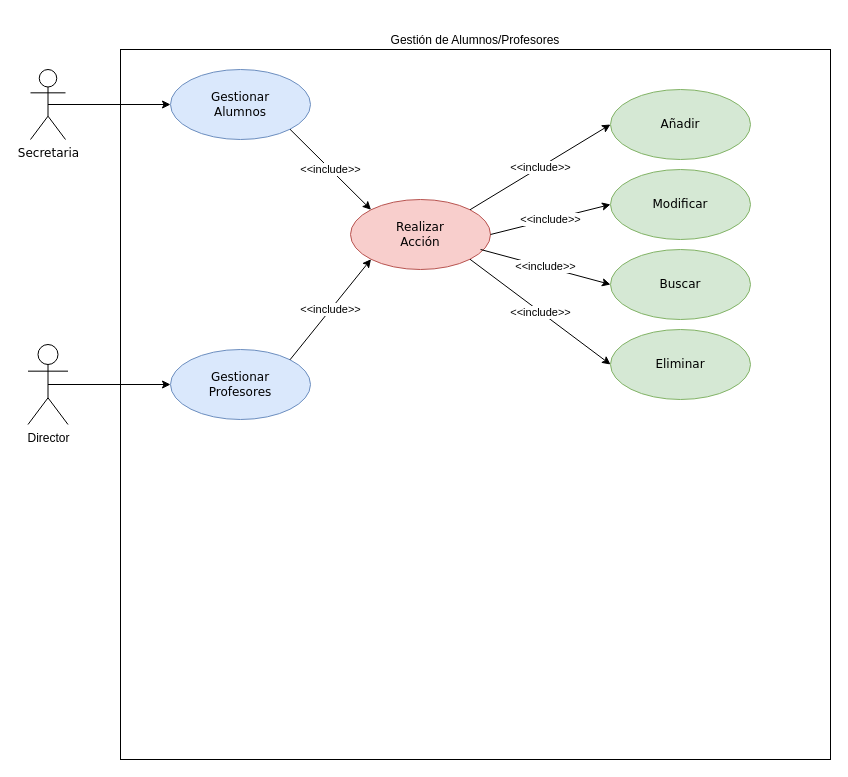
This is Untitled Diagram.drawio from vmcabreu/calculoarea, a draw.io file, before an edit. Source tidied: cells renumbered, new cells numbered last; positions are measured from the earlier drawing's top-left corner, leaving out a move shared by most shapes. Both pictures are drawn from the tidied source at 100%, with x=0, y=0 at pixel (28, 49).
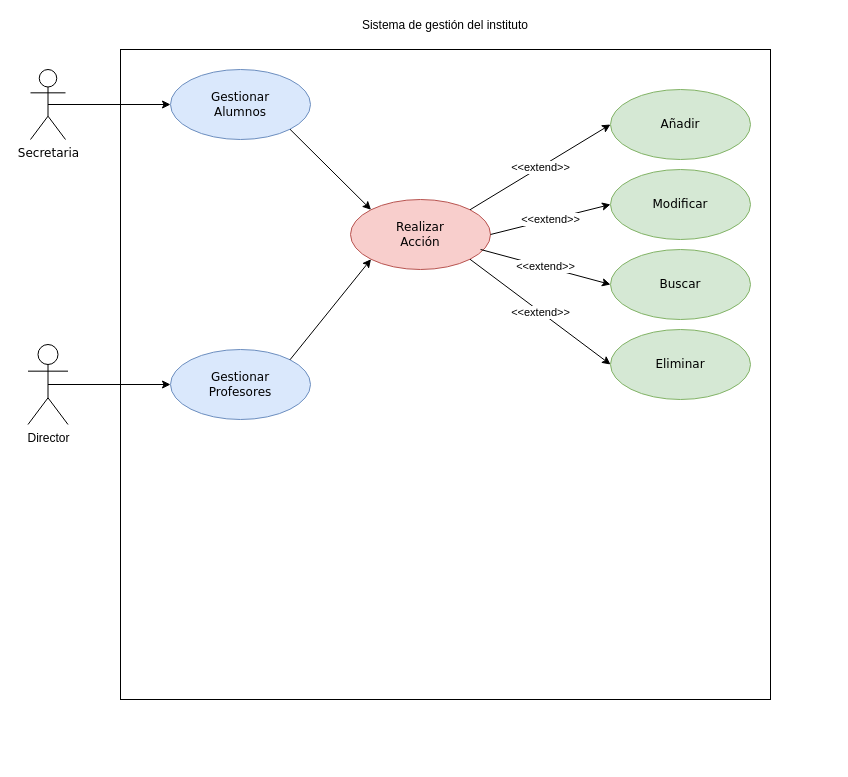
The same page after the edit.

What changed in the source:
```diff
@@
 <mxGraphModel>
   <root>
     <mxCell id="0" />
     <mxCell id="1" parent="0" />
-    <mxCell id="2" value="Gestión de Alumnos/Profesores" style="whiteSpace=wrap;html=1;fillColor=none;labelPosition=center;verticalLabelPosition=top;align=center;verticalAlign=bottom;" parent="1" vertex="1">
-      <mxGeometry x="92" width="710" height="710" as="geometry" />
+    <mxCell id="2" value="&lt;div&gt;Sistema de gestión del instituto&lt;/div&gt;&lt;div&gt;&lt;br&gt;&lt;/div&gt;" style="whiteSpace=wrap;html=1;fillColor=none;labelPosition=center;verticalLabelPosition=top;align=center;verticalAlign=bottom;" parent="1" vertex="1">
+      <mxGeometry x="92" width="650" height="650" as="geometry" />
     </mxCell>
     <mxCell id="3" value="&lt;div&gt;Añadir&lt;/div&gt;" style="ellipse;whiteSpace=wrap;html=1;fontFamily=Verdana;fillColor=#d5e8d4;strokeColor=#82b366;" parent="1" vertex="1">
       <mxGeometry x="582" y="40" width="140" height="70" as="geometry" />
     </mxCell>
     <mxCell id="4" value="Secretaria" style="shape=umlActor;verticalLabelPosition=bottom;verticalAlign=top;html=1;outlineConnect=0;fontFamily=Verdana;fillColor=none;" parent="1" vertex="1">
       <mxGeometry x="2" y="20" width="35" height="70" as="geometry" />
     </mxCell>
     <mxCell id="5" value="&lt;div&gt;Modificar&lt;/div&gt;" style="ellipse;whiteSpace=wrap;html=1;fontFamily=Verdana;fillColor=#d5e8d4;strokeColor=#82b366;" parent="1" vertex="1">
       <mxGeometry x="582" y="120" width="140" height="70" as="geometry" />
     </mxCell>
     <mxCell id="6" value="Buscar" style="ellipse;whiteSpace=wrap;html=1;fontFamily=Verdana;fillColor=#d5e8d4;strokeColor=#82b366;" parent="1" vertex="1">
       <mxGeometry x="582" y="200" width="140" height="70" as="geometry" />
     </mxCell>
     <mxCell id="7" value="&lt;div&gt;Eliminar&lt;/div&gt;" style="ellipse;whiteSpace=wrap;html=1;fontFamily=Verdana;fillColor=#d5e8d4;strokeColor=#82b366;" parent="1" vertex="1">
       <mxGeometry x="582" y="280" width="140" height="70" as="geometry" />
     </mxCell>
     <mxCell id="8" value="&lt;div&gt;Director&lt;/div&gt;" style="shape=umlActor;verticalLabelPosition=bottom;verticalAlign=top;html=1;outlineConnect=0;fontFamily=Helvetica;fillColor=none;" parent="1" vertex="1">
       <mxGeometry x="-0.5" y="295" width="40" height="80" as="geometry" />
     </mxCell>
     <mxCell id="9" value="&lt;div&gt;Gestionar&lt;/div&gt;&lt;div&gt;Alumnos&lt;/div&gt;" style="ellipse;whiteSpace=wrap;html=1;fontFamily=Verdana;fillColor=#dae8fc;strokeColor=#6c8ebf;" parent="1" vertex="1">
       <mxGeometry x="142" y="20" width="140" height="70" as="geometry" />
     </mxCell>
     <mxCell id="10" value="&lt;div&gt;Gestionar&lt;/div&gt;&lt;div&gt;Profesores&lt;/div&gt;" style="ellipse;whiteSpace=wrap;html=1;fontFamily=Verdana;fillColor=#dae8fc;strokeColor=#6c8ebf;" parent="1" vertex="1">
       <mxGeometry x="142" y="300" width="140" height="70" as="geometry" />
     </mxCell>
     <mxCell id="11" value="&lt;div&gt;Realizar &lt;br&gt;&lt;/div&gt;&lt;div&gt;Acción&lt;/div&gt;" style="ellipse;whiteSpace=wrap;html=1;fontFamily=Verdana;fillColor=#f8cecc;strokeColor=#b85450;" parent="1" vertex="1">
       <mxGeometry x="322" y="150" width="140" height="70" as="geometry" />
     </mxCell>
     <mxCell id="12" style="endArrow=classic;html=1;rounded=0;fontFamily=Helvetica;exitX=0.5;exitY=0.5;exitDx=0;exitDy=0;exitPerimeter=0;entryX=0;entryY=0.5;entryDx=0;entryDy=0;" parent="1" edge="1" source="8" target="10">
       <mxGeometry relative="1" as="geometry" />
     </mxCell>
     <mxCell id="13" style="endArrow=classic;html=1;rounded=0;fontFamily=Helvetica;exitX=0.5;exitY=0.5;exitDx=0;exitDy=0;exitPerimeter=0;" parent="1" edge="1" source="4" target="9">
       <mxGeometry relative="1" as="geometry" />
     </mxCell>
-    <mxCell id="14" value="&amp;lt;&amp;lt;include&amp;gt;&amp;gt;" style="endArrow=classic;html=1;rounded=0;fontFamily=Helvetica;exitX=1;exitY=0;exitDx=0;exitDy=0;entryX=0;entryY=1;entryDx=0;entryDy=0;" parent="1" edge="1" source="10" target="11">
+    <mxCell id="14" style="endArrow=classic;html=1;rounded=0;fontFamily=Helvetica;exitX=1;exitY=0;exitDx=0;exitDy=0;entryX=0;entryY=1;entryDx=0;entryDy=0;" parent="1" edge="1" source="10" target="11">
       <mxGeometry relative="1" as="geometry" />
     </mxCell>
-    <mxCell id="15" value="&amp;lt;&amp;lt;include&amp;gt;&amp;gt;" style="endArrow=classic;html=1;rounded=0;fontFamily=Helvetica;exitX=1;exitY=1;exitDx=0;exitDy=0;entryX=0;entryY=0;entryDx=0;entryDy=0;" parent="1" edge="1" source="9" target="11">
+    <mxCell id="15" style="endArrow=classic;html=1;rounded=0;fontFamily=Helvetica;exitX=1;exitY=1;exitDx=0;exitDy=0;entryX=0;entryY=0;entryDx=0;entryDy=0;" parent="1" edge="1" source="9" target="11">
       <mxGeometry relative="1" as="geometry" />
     </mxCell>
-    <mxCell id="16" value="&amp;lt;&amp;lt;include&amp;gt;&amp;gt;" style="endArrow=classic;html=1;rounded=0;fontFamily=Helvetica;exitX=1;exitY=0;exitDx=0;exitDy=0;entryX=0;entryY=0.5;entryDx=0;entryDy=0;" parent="1" edge="1" source="11" target="3">
+    <mxCell id="16" value="&amp;lt;&amp;lt;extend&amp;gt;&amp;gt;" style="endArrow=classic;html=1;rounded=0;fontFamily=Helvetica;exitX=1;exitY=0;exitDx=0;exitDy=0;entryX=0;entryY=0.5;entryDx=0;entryDy=0;" parent="1" edge="1" source="11" target="3">
       <mxGeometry relative="1" as="geometry" />
     </mxCell>
-    <mxCell id="17" value="&amp;lt;&amp;lt;include&amp;gt;&amp;gt;" style="endArrow=classic;html=1;rounded=0;fontFamily=Helvetica;exitX=1;exitY=0.5;exitDx=0;exitDy=0;entryX=0;entryY=0.5;entryDx=0;entryDy=0;" parent="1" edge="1" source="11" target="5">
+    <mxCell id="17" value="&amp;lt;&amp;lt;extend&amp;gt;&amp;gt;" style="endArrow=classic;html=1;rounded=0;fontFamily=Helvetica;exitX=1;exitY=0.5;exitDx=0;exitDy=0;entryX=0;entryY=0.5;entryDx=0;entryDy=0;" parent="1" edge="1" source="11" target="5">
       <mxGeometry relative="1" as="geometry" />
     </mxCell>
-    <mxCell id="18" value="&amp;lt;&amp;lt;include&amp;gt;&amp;gt;" style="endArrow=classic;html=1;rounded=0;fontFamily=Helvetica;exitX=0.929;exitY=0.714;exitDx=0;exitDy=0;entryX=0;entryY=0.5;entryDx=0;entryDy=0;exitPerimeter=0;" parent="1" edge="1" source="11" target="6">
+    <mxCell id="18" value="&lt;div&gt;&amp;lt;&amp;lt;extend&amp;gt;&amp;gt;&lt;/div&gt;" style="endArrow=classic;html=1;rounded=0;fontFamily=Helvetica;exitX=0.929;exitY=0.714;exitDx=0;exitDy=0;entryX=0;entryY=0.5;entryDx=0;entryDy=0;exitPerimeter=0;" parent="1" edge="1" source="11" target="6">
       <mxGeometry relative="1" as="geometry" />
     </mxCell>
-    <mxCell id="19" value="&amp;lt;&amp;lt;include&amp;gt;&amp;gt;" style="endArrow=classic;html=1;rounded=0;fontFamily=Helvetica;exitX=1;exitY=1;exitDx=0;exitDy=0;entryX=0;entryY=0.5;entryDx=0;entryDy=0;" parent="1" edge="1" source="11" target="7">
+    <mxCell id="19" value="&amp;lt;&amp;lt;extend&amp;gt;&amp;gt;" style="endArrow=classic;html=1;rounded=0;fontFamily=Helvetica;exitX=1;exitY=1;exitDx=0;exitDy=0;entryX=0;entryY=0.5;entryDx=0;entryDy=0;" parent="1" edge="1" source="11" target="7">
       <mxGeometry relative="1" as="geometry" />
     </mxCell>
   </root>
 </mxGraphModel>
```
